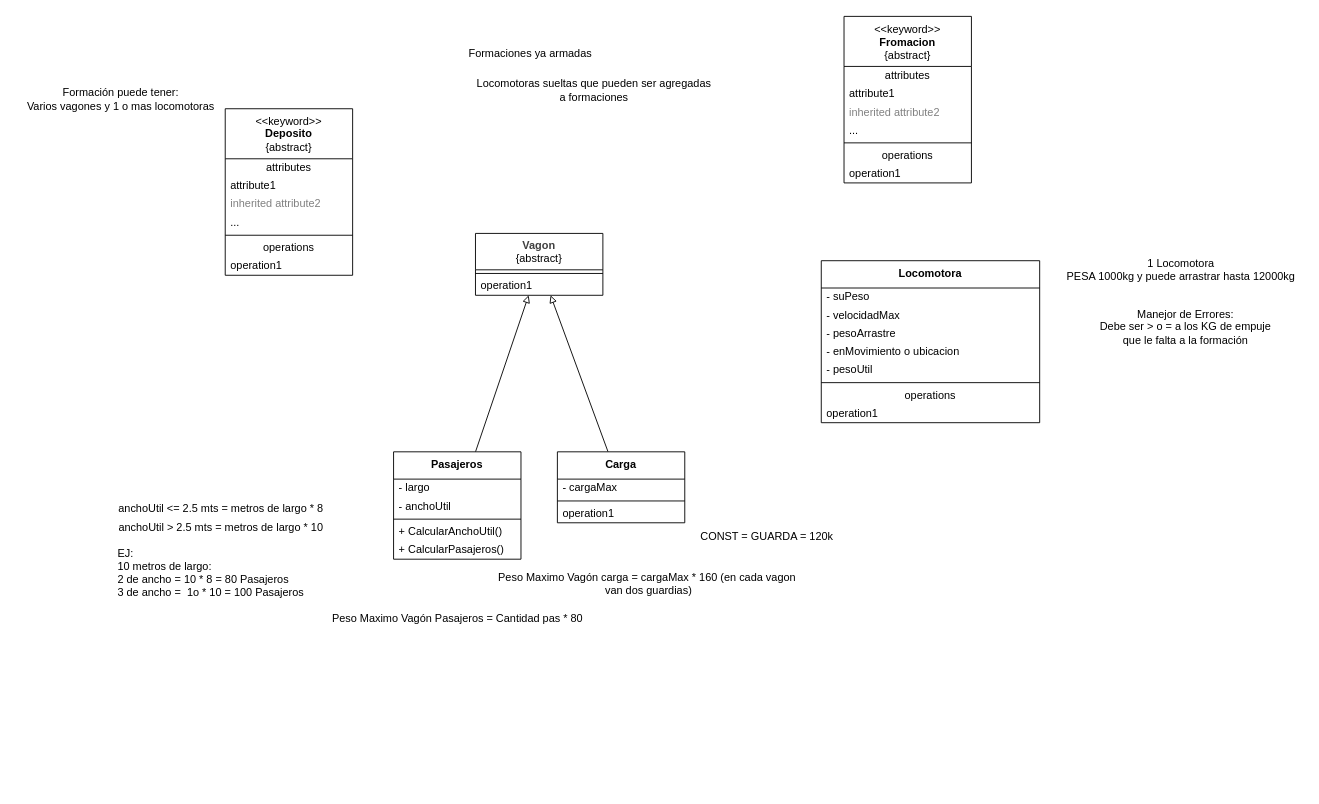
The draw.io diagram src/TrenesyDepositos/EJTrenesDepositosCS.dio in gastonjavierricchiardi/ejercicios-csharp-utn-2026, before the edit. Source tidied: cells renumbered, new cells numbered last; positions are measured from the earlier drawing's top-left corner, leaving out a move shared by most shapes. Both pictures are drawn from the tidied source at 91%, with x=0, y=0 at pixel (15, 16).
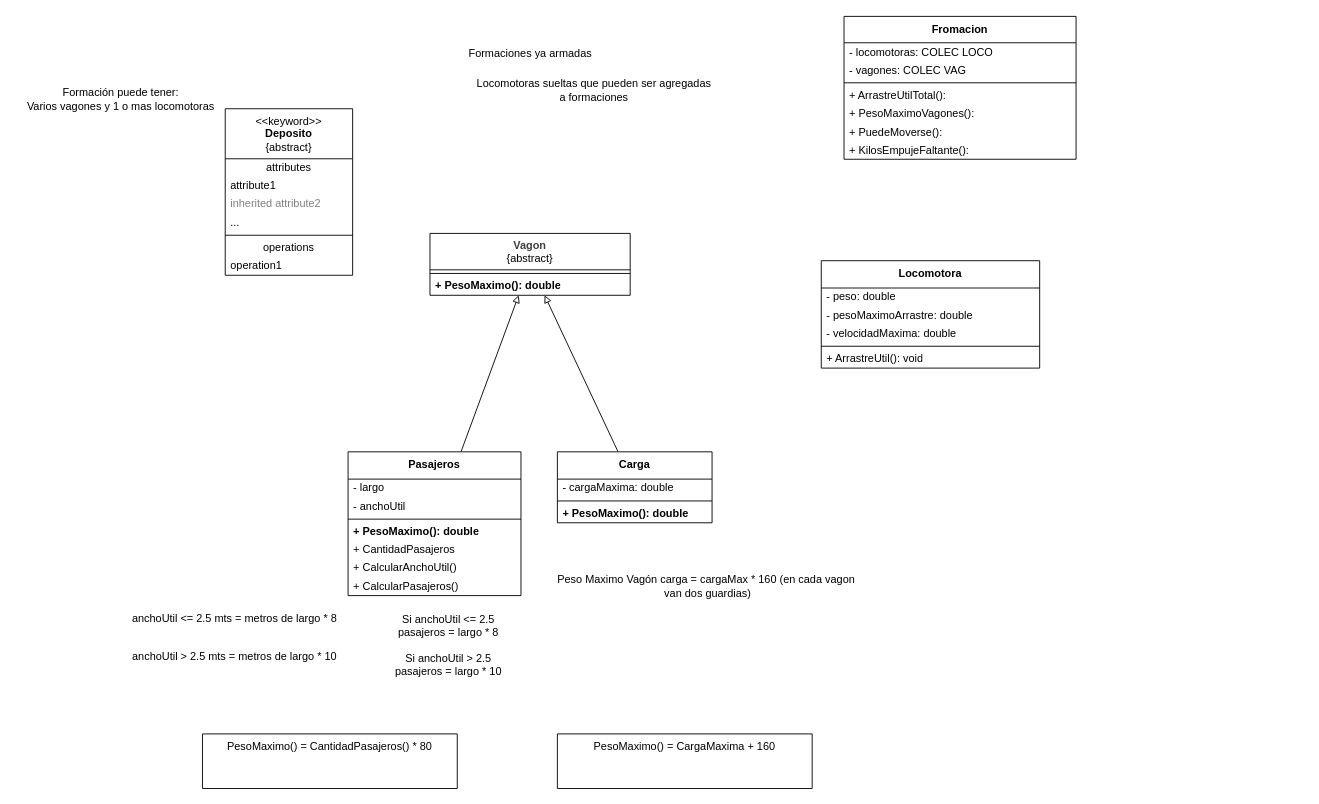
Above is the later version.

Diff of the diagram source:
```diff
@@
     <mxCell id="13" value="&lt;b style=&quot;color: rgb(63, 63, 63); scrollbar-color: rgb(226, 226, 226) rgb(251, 251, 251);&quot;&gt;Vagon&lt;/b&gt;&lt;br style=&quot;color: rgb(63, 63, 63); scrollbar-color: rgb(226, 226, 226) rgb(251, 251, 251);&quot;&gt;&lt;span style=&quot;color: rgb(0, 0, 0);&quot;&gt;{abstract}&lt;/span&gt;" style="swimlane;fontStyle=0;align=center;verticalAlign=top;horizontal=1;startSize=40;html=1;whiteSpace=wrap;" parent="1" vertex="1">
-      <mxGeometry x="505" y="238" width="140" height="68" as="geometry" />
+      <mxGeometry x="455" y="238" width="220" height="68" as="geometry" />
     </mxCell>
     <mxCell id="14" style="line;strokeWidth=1;fillColor=none;align=left;verticalAlign=middle;spacingTop=-1;spacingLeft=3;spacingRight=3;labelPosition=right;" parent="13" vertex="1">
-      <mxGeometry y="40" width="140" height="8" as="geometry" />
+      <mxGeometry y="40" width="220" height="8" as="geometry" />
     </mxCell>
-    <mxCell id="15" value="operation1" style="text;html=1;strokeColor=none;fillColor=none;align=left;verticalAlign=middle;spacingLeft=4;spacingRight=4;overflow=hidden;whiteSpace=wrap;" parent="13" vertex="1">
-      <mxGeometry y="48" width="140" height="20" as="geometry" />
+    <mxCell id="15" value="+ PesoMaximo(): double" style="text;html=1;strokeColor=none;fillColor=none;align=left;verticalAlign=middle;spacingLeft=4;spacingRight=4;overflow=hidden;whiteSpace=wrap;fontStyle=1;" parent="13" vertex="1">
+      <mxGeometry y="48" width="220" height="20" as="geometry" />
     </mxCell>
@@
     <mxCell id="17" value="&lt;b&gt;Pasajeros&lt;/b&gt;" style="swimlane;fontStyle=0;align=center;verticalAlign=top;horizontal=1;startSize=30;html=1;whiteSpace=wrap;" parent="1" vertex="1">
-      <mxGeometry x="415" y="478" width="140" height="118" as="geometry" />
+      <mxGeometry x="365" y="478" width="190" height="158" as="geometry" />
     </mxCell>
     <mxCell id="18" value="- largo" style="text;html=1;strokeColor=none;fillColor=none;align=left;verticalAlign=middle;spacingLeft=4;spacingRight=4;overflow=hidden;whiteSpace=wrap;" parent="17" vertex="1">
-      <mxGeometry y="30" width="140" height="20" as="geometry" />
+      <mxGeometry y="30" width="190" height="20" as="geometry" />
     </mxCell>
     <mxCell id="19" value="- anchoUtil" style="text;html=1;strokeColor=none;fillColor=none;align=left;verticalAlign=middle;spacingLeft=4;spacingRight=4;overflow=hidden;whiteSpace=wrap;" parent="17" vertex="1">
-      <mxGeometry y="50" width="140" height="20" as="geometry" />
+      <mxGeometry y="50" width="190" height="20" as="geometry" />
     </mxCell>
     <mxCell id="20" style="line;strokeWidth=1;fillColor=none;align=left;verticalAlign=middle;spacingTop=-1;spacingLeft=3;spacingRight=3;labelPosition=right;" parent="17" vertex="1">
-      <mxGeometry y="70" width="140" height="8" as="geometry" />
+      <mxGeometry y="70" width="190" height="8" as="geometry" />
     </mxCell>
+    <mxCell id="53" value="+ PesoMaximo(): double" style="text;html=1;strokeColor=none;fillColor=none;align=left;verticalAlign=middle;spacingLeft=4;spacingRight=4;overflow=hidden;whiteSpace=wrap;fontStyle=1;" parent="17" vertex="1">
+      <mxGeometry y="78" width="190" height="20" as="geometry" />
+    </mxCell>
+    <mxCell id="54" value="+ CantidadPasajeros" style="text;html=1;strokeColor=none;fillColor=none;align=left;verticalAlign=middle;spacingLeft=4;spacingRight=4;overflow=hidden;whiteSpace=wrap;" parent="17" vertex="1">
+      <mxGeometry y="98" width="190" height="20" as="geometry" />
+    </mxCell>
     <mxCell id="21" value="+ CalcularAnchoUtil()" style="text;html=1;strokeColor=none;fillColor=none;align=left;verticalAlign=middle;spacingLeft=4;spacingRight=4;overflow=hidden;whiteSpace=wrap;" parent="17" vertex="1">
-      <mxGeometry y="78" width="140" height="20" as="geometry" />
+      <mxGeometry y="118" width="190" height="20" as="geometry" />
     </mxCell>
     <mxCell id="22" value="+ CalcularPasajeros()" style="text;html=1;strokeColor=none;fillColor=none;align=left;verticalAlign=middle;spacingLeft=4;spacingRight=4;overflow=hidden;whiteSpace=wrap;" parent="17" vertex="1">
-      <mxGeometry y="98" width="140" height="20" as="geometry" />
+      <mxGeometry y="138" width="190" height="20" as="geometry" />
     </mxCell>
@@
     <mxCell id="24" value="&lt;b&gt;Carga&lt;/b&gt;" style="swimlane;fontStyle=0;align=center;verticalAlign=top;horizontal=1;startSize=30;html=1;whiteSpace=wrap;" parent="1" vertex="1">
-      <mxGeometry x="595" y="478" width="140" height="78" as="geometry" />
+      <mxGeometry x="595" y="478" width="170" height="78" as="geometry" />
     </mxCell>
-    <mxCell id="25" value="- cargaMax" style="text;html=1;strokeColor=none;fillColor=none;align=left;verticalAlign=middle;spacingLeft=4;spacingRight=4;overflow=hidden;whiteSpace=wrap;" parent="24" vertex="1">
-      <mxGeometry y="30" width="140" height="20" as="geometry" />
+    <mxCell id="25" value="- cargaMaxima: double" style="text;html=1;strokeColor=none;fillColor=none;align=left;verticalAlign=middle;spacingLeft=4;spacingRight=4;overflow=hidden;whiteSpace=wrap;" parent="24" vertex="1">
+      <mxGeometry y="30" width="170" height="20" as="geometry" />
     </mxCell>
     <mxCell id="26" style="line;strokeWidth=1;fillColor=none;align=left;verticalAlign=middle;spacingTop=-1;spacingLeft=3;spacingRight=3;labelPosition=right;" parent="24" vertex="1">
-      <mxGeometry y="50" width="140" height="8" as="geometry" />
+      <mxGeometry y="50" width="170" height="8" as="geometry" />
     </mxCell>
-    <mxCell id="27" value="operation1" style="text;html=1;strokeColor=none;fillColor=none;align=left;verticalAlign=middle;spacingLeft=4;spacingRight=4;overflow=hidden;whiteSpace=wrap;" parent="24" vertex="1">
-      <mxGeometry y="58" width="140" height="20" as="geometry" />
-    </mxCell>
+    <mxCell id="55" value="+ PesoMaximo(): double" style="text;html=1;strokeColor=none;fillColor=none;align=left;verticalAlign=middle;spacingLeft=4;spacingRight=4;overflow=hidden;whiteSpace=wrap;fontStyle=1;" parent="24" vertex="1">
+      <mxGeometry y="58" width="170" height="20" as="geometry" />
+    </mxCell>
     <mxCell id="28" value="anchoUtil &amp;lt;= 2.5 mts = metros de largo * 8" style="text;html=1;align=center;verticalAlign=middle;strokeColor=none;fillColor=none;" parent="1" vertex="1">
-      <mxGeometry x="100" y="526" width="250" height="30" as="geometry" />
+      <mxGeometry x="115" y="646" width="250" height="30" as="geometry" />
     </mxCell>
     <mxCell id="29" value="anchoUtil &amp;gt; 2.5 mts = metros de largo * 10" style="text;html=1;align=center;verticalAlign=middle;strokeColor=none;fillColor=none;" parent="1" vertex="1">
-      <mxGeometry x="100" y="546" width="250" height="30" as="geometry" />
+      <mxGeometry x="115" y="688" width="250" height="30" as="geometry" />
     </mxCell>
-    <mxCell id="30" value="EJ:&lt;div&gt;10 metros de largo:&lt;/div&gt;&lt;div&gt;2 de ancho = 10 * 8 = 80 Pasajeros&lt;/div&gt;&lt;div&gt;3 de ancho =&amp;nbsp; 1o * 10 = 100 Pasajeros&lt;/div&gt;" style="text;html=1;align=left;verticalAlign=middle;strokeColor=none;fillColor=none;" parent="1" vertex="1">
-      <mxGeometry x="110" y="576" width="230" height="70" as="geometry" />
-    </mxCell>
-    <mxCell id="31" value="Peso Maximo Vagón Pasajeros = Cantidad pas * 80" style="text;html=1;align=center;verticalAlign=middle;strokeColor=none;fillColor=none;" parent="1" vertex="1">
-      <mxGeometry x="335" y="646" width="300" height="30" as="geometry" />
+    <mxCell id="31" value="Si anchoUtil &amp;lt;= 2.5&lt;div&gt;pasajeros = largo * 8&lt;/div&gt;&lt;div&gt;&lt;br&gt;&lt;/div&gt;&lt;div&gt;Si anchoUtil &amp;gt; 2.5&lt;/div&gt;&lt;div&gt;pasajeros = largo * 10&lt;/div&gt;" style="text;html=1;align=center;verticalAlign=middle;strokeColor=none;fillColor=none;" parent="1" vertex="1">
+      <mxGeometry x="405" y="646" width="140" height="90" as="geometry" />
     </mxCell>
     <mxCell id="32" value="Peso Maximo Vagón carga = cargaMax * 160 (en cada vagon&amp;nbsp;&lt;div&gt;van dos guardias)&lt;/div&gt;" style="text;html=1;align=center;verticalAlign=middle;strokeColor=none;fillColor=none;" parent="1" vertex="1">
-      <mxGeometry x="520" y="603" width="350" height="40" as="geometry" />
+      <mxGeometry x="585" y="606" width="350" height="40" as="geometry" />
     </mxCell>
-    <mxCell id="33" value="CONST = GUARDA = 120k" style="text;html=1;align=center;verticalAlign=middle;strokeColor=none;fillColor=none;" parent="1" vertex="1">
-      <mxGeometry x="740" y="556" width="170" height="30" as="geometry" />
-    </mxCell>
     <mxCell id="34" value="&lt;b&gt;Locomotora&lt;/b&gt;" style="swimlane;fontStyle=0;align=center;verticalAlign=top;horizontal=1;startSize=30;html=1;whiteSpace=wrap;" parent="1" vertex="1">
-      <mxGeometry x="885" y="268" width="240" height="178" as="geometry" />
+      <mxGeometry x="885" y="268" width="240" height="118" as="geometry" />
     </mxCell>
-    <mxCell id="35" value="- suPeso" style="text;html=1;strokeColor=none;fillColor=none;align=left;verticalAlign=middle;spacingLeft=4;spacingRight=4;overflow=hidden;whiteSpace=wrap;" parent="34" vertex="1">
+    <mxCell id="35" value="- peso: double" style="text;html=1;strokeColor=none;fillColor=none;align=left;verticalAlign=middle;spacingLeft=4;spacingRight=4;overflow=hidden;whiteSpace=wrap;" parent="34" vertex="1">
       <mxGeometry y="30" width="240" height="20" as="geometry" />
     </mxCell>
+    <mxCell id="37" value="- pesoMaximoArrastre: double" style="text;html=1;strokeColor=none;fillColor=none;align=left;verticalAlign=middle;spacingLeft=4;spacingRight=4;overflow=hidden;whiteSpace=wrap;" parent="34" vertex="1">
+      <mxGeometry y="50" width="240" height="20" as="geometry" />
+    </mxCell>
-    <mxCell id="36" value="- velocidadMax" style="text;html=1;strokeColor=none;fillColor=none;align=left;verticalAlign=middle;spacingLeft=4;spacingRight=4;overflow=hidden;whiteSpace=wrap;" parent="34" vertex="1">
-      <mxGeometry y="50" width="240" height="20" as="geometry" />
+    <mxCell id="36" value="- velocidadMaxima: double" style="text;html=1;strokeColor=none;fillColor=none;align=left;verticalAlign=middle;spacingLeft=4;spacingRight=4;overflow=hidden;whiteSpace=wrap;" parent="34" vertex="1">
+      <mxGeometry y="70" width="240" height="20" as="geometry" />
     </mxCell>
-    <mxCell id="37" value="- pesoArrastre" style="text;html=1;strokeColor=none;fillColor=none;align=left;verticalAlign=middle;spacingLeft=4;spacingRight=4;overflow=hidden;whiteSpace=wrap;" parent="34" vertex="1">
-      <mxGeometry y="70" width="240" height="20" as="geometry" />
-    </mxCell>
-    <mxCell id="38" value="- enMovimiento o ubicacion" style="text;html=1;strokeColor=none;fillColor=none;align=left;verticalAlign=middle;spacingLeft=4;spacingRight=4;overflow=hidden;whiteSpace=wrap;" parent="34" vertex="1">
-      <mxGeometry y="90" width="240" height="20" as="geometry" />
-    </mxCell>
-    <mxCell id="39" value="- pesoUtil" style="text;html=1;strokeColor=none;fillColor=none;align=left;verticalAlign=middle;spacingLeft=4;spacingRight=4;overflow=hidden;whiteSpace=wrap;" parent="34" vertex="1">
-      <mxGeometry y="110" width="240" height="20" as="geometry" />
-    </mxCell>
     <mxCell id="40" style="line;strokeWidth=1;fillColor=none;align=left;verticalAlign=middle;spacingTop=-1;spacingLeft=3;spacingRight=3;labelPosition=right;" parent="34" vertex="1">
-      <mxGeometry y="130" width="240" height="8" as="geometry" />
+      <mxGeometry y="90" width="240" height="8" as="geometry" />
     </mxCell>
-    <mxCell id="41" value="operations" style="text;html=1;strokeColor=none;fillColor=none;align=center;verticalAlign=middle;spacingLeft=4;spacingRight=4;overflow=hidden;whiteSpace=wrap;" parent="34" vertex="1">
-      <mxGeometry y="138" width="240" height="20" as="geometry" />
-    </mxCell>
-    <mxCell id="42" value="operation1" style="text;html=1;strokeColor=none;fillColor=none;align=left;verticalAlign=middle;spacingLeft=4;spacingRight=4;overflow=hidden;whiteSpace=wrap;" parent="34" vertex="1">
-      <mxGeometry y="158" width="240" height="20" as="geometry" />
+    <mxCell id="42" value="+ ArrastreUtil(): void" style="text;html=1;strokeColor=none;fillColor=none;align=left;verticalAlign=middle;spacingLeft=4;spacingRight=4;overflow=hidden;whiteSpace=wrap;" parent="34" vertex="1">
+      <mxGeometry y="98" width="240" height="20" as="geometry" />
     </mxCell>
-    <mxCell id="43" value="1 Locomotora&lt;div&gt;PESA 1000kg y puede arrastrar hasta 12000kg&lt;/div&gt;" style="text;html=1;align=center;verticalAlign=middle;strokeColor=none;fillColor=none;" parent="1" vertex="1">
-      <mxGeometry x="1145" y="258" width="270" height="40" as="geometry" />
-    </mxCell>
-    <mxCell id="44" value="Manejor de Errores:&lt;div&gt;Debe ser &amp;gt; o = a los KG de empuje&lt;/div&gt;&lt;div&gt;que le falta a la formación&lt;/div&gt;" style="text;html=1;align=center;verticalAlign=middle;strokeColor=none;fillColor=none;" parent="1" vertex="1">
-      <mxGeometry x="1180" y="311" width="210" height="60" as="geometry" />
-    </mxCell>
-    <mxCell id="45" value="&amp;lt;&amp;lt;keyword&amp;gt;&amp;gt;&lt;br&gt;&lt;b&gt;Fromacion&lt;/b&gt;&lt;div&gt;{abstract}&lt;/div&gt;" style="swimlane;fontStyle=0;align=center;verticalAlign=top;horizontal=1;startSize=55;html=1;whiteSpace=wrap;" parent="1" vertex="1">
-      <mxGeometry x="910" y="-0.5" width="140" height="183" as="geometry" />
+    <mxCell id="45" value="&lt;b&gt;Fromacion&lt;/b&gt;" style="swimlane;fontStyle=0;align=center;verticalAlign=top;horizontal=1;startSize=29;html=1;whiteSpace=wrap;" parent="1" vertex="1">
+      <mxGeometry x="910" y="-0.5" width="255" height="157" as="geometry" />
     </mxCell>
-    <mxCell id="46" value="attributes" style="text;html=1;strokeColor=none;fillColor=none;align=center;verticalAlign=middle;spacingLeft=4;spacingRight=4;overflow=hidden;whiteSpace=wrap;" parent="45" vertex="1">
-      <mxGeometry y="55" width="140" height="20" as="geometry" />
-    </mxCell>
-    <mxCell id="47" value="attribute1" style="text;html=1;strokeColor=none;fillColor=none;align=left;verticalAlign=middle;spacingLeft=4;spacingRight=4;overflow=hidden;whiteSpace=wrap;" parent="45" vertex="1">
-      <mxGeometry y="75" width="140" height="20" as="geometry" />
+    <mxCell id="47" value="- locomotoras: COLEC LOCO" style="text;html=1;strokeColor=none;fillColor=none;align=left;verticalAlign=middle;spacingLeft=4;spacingRight=4;overflow=hidden;whiteSpace=wrap;" parent="45" vertex="1">
+      <mxGeometry y="29" width="255" height="20" as="geometry" />
     </mxCell>
-    <mxCell id="48" value="inherited attribute2" style="text;html=1;strokeColor=none;fillColor=none;align=left;verticalAlign=middle;spacingLeft=4;spacingRight=4;overflow=hidden;fontColor=#808080;whiteSpace=wrap;" parent="45" vertex="1">
-      <mxGeometry y="95" width="140" height="20" as="geometry" />
-    </mxCell>
-    <mxCell id="49" value="..." style="text;html=1;strokeColor=none;fillColor=none;align=left;verticalAlign=middle;spacingLeft=4;spacingRight=4;overflow=hidden;whiteSpace=wrap;" parent="45" vertex="1">
-      <mxGeometry y="115" width="140" height="20" as="geometry" />
-    </mxCell>
+    <mxCell id="56" value="- vagones: COLEC VAG" style="text;html=1;strokeColor=none;fillColor=none;align=left;verticalAlign=middle;spacingLeft=4;spacingRight=4;overflow=hidden;whiteSpace=wrap;" parent="45" vertex="1">
+      <mxGeometry y="49" width="255" height="20" as="geometry" />
+    </mxCell>
     <mxCell id="50" style="line;strokeWidth=1;fillColor=none;align=left;verticalAlign=middle;spacingTop=-1;spacingLeft=3;spacingRight=3;labelPosition=right;" parent="45" vertex="1">
-      <mxGeometry y="135" width="140" height="8" as="geometry" />
+      <mxGeometry y="69" width="255" height="8" as="geometry" />
     </mxCell>
-    <mxCell id="51" value="operations" style="text;html=1;strokeColor=none;fillColor=none;align=center;verticalAlign=middle;spacingLeft=4;spacingRight=4;overflow=hidden;whiteSpace=wrap;" parent="45" vertex="1">
-      <mxGeometry y="143" width="140" height="20" as="geometry" />
-    </mxCell>
-    <mxCell id="52" value="operation1" style="text;html=1;strokeColor=none;fillColor=none;align=left;verticalAlign=middle;spacingLeft=4;spacingRight=4;overflow=hidden;whiteSpace=wrap;" parent="45" vertex="1">
-      <mxGeometry y="163" width="140" height="20" as="geometry" />
+    <mxCell id="52" value="+ ArrastreUtilTotal():" style="text;html=1;strokeColor=none;fillColor=none;align=left;verticalAlign=middle;spacingLeft=4;spacingRight=4;overflow=hidden;whiteSpace=wrap;" parent="45" vertex="1">
+      <mxGeometry y="77" width="255" height="20" as="geometry" />
     </mxCell>
+    <mxCell id="57" value="+ PesoMaximoVagones():" style="text;html=1;strokeColor=none;fillColor=none;align=left;verticalAlign=middle;spacingLeft=4;spacingRight=4;overflow=hidden;whiteSpace=wrap;" parent="45" vertex="1">
+      <mxGeometry y="97" width="255" height="20" as="geometry" />
+    </mxCell>
+    <mxCell id="58" value="+ PuedeMoverse():" style="text;html=1;strokeColor=none;fillColor=none;align=left;verticalAlign=middle;spacingLeft=4;spacingRight=4;overflow=hidden;whiteSpace=wrap;" parent="45" vertex="1">
+      <mxGeometry y="117" width="255" height="20" as="geometry" />
+    </mxCell>
+    <mxCell id="59" value="+ KilosEmpujeFaltante():" style="text;html=1;strokeColor=none;fillColor=none;align=left;verticalAlign=middle;spacingLeft=4;spacingRight=4;overflow=hidden;whiteSpace=wrap;" parent="45" vertex="1">
+      <mxGeometry y="137" width="255" height="20" as="geometry" />
+    </mxCell>
+    <mxCell id="60" value="PesoMaximo() = CantidadPasajeros() * 80" style="shape=note2;boundedLbl=1;whiteSpace=wrap;html=1;size=0;verticalAlign=top;align=center;" parent="1" vertex="1">
+      <mxGeometry x="205" y="788" width="280" height="60" as="geometry" />
+    </mxCell>
+    <mxCell id="61" value="PesoMaximo() = CargaMaxima + 160" style="shape=note2;boundedLbl=1;whiteSpace=wrap;html=1;size=0;verticalAlign=top;align=center;" parent="1" vertex="1">
+      <mxGeometry x="595" y="788" width="280" height="60" as="geometry" />
+    </mxCell>
```
